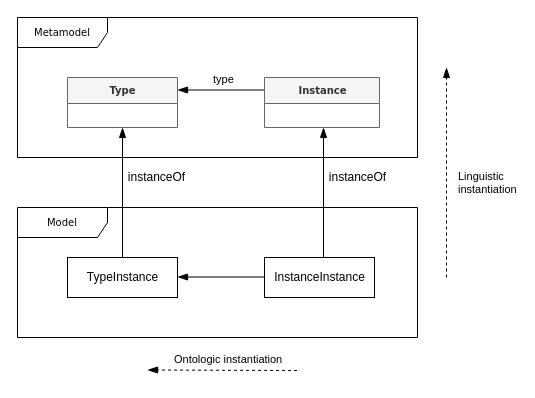
Before: Figures/Instantiation.drawio in labsticc-p4s/multi-process-challenge, a draw.io diagram. Source tidied: cells renumbered, new cells numbered last; positions are measured from the earlier drawing's top-left corner, leaving out a move shared by most shapes. Both pictures are drawn from the tidied source at 100%, with x=0, y=0 at pixel (17, 17).
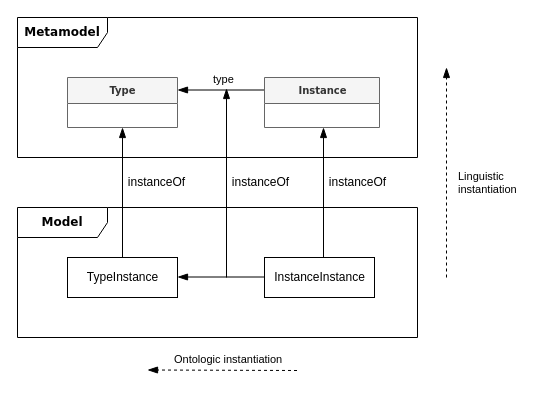
Above is the later version.

Diff of the diagram source:
```diff
@@
-    <mxCell id="2" value="Metamodel" style="shape=umlFrame;whiteSpace=wrap;html=1;rounded=0;shadow=0;comic=0;labelBackgroundColor=none;strokeWidth=1;fontFamily=Verdana;fontSize=10;align=center;width=90;height=30;" parent="1" vertex="1">
+    <mxCell id="2" value="&lt;b style=&quot;font-size: 12px;&quot;&gt;Metamodel&lt;/b&gt;" style="shape=umlFrame;whiteSpace=wrap;html=1;rounded=0;shadow=0;comic=0;labelBackgroundColor=none;strokeWidth=1;fontFamily=Verdana;fontSize=12;align=center;width=90;height=30;" parent="1" vertex="1">
       <mxGeometry width="400" height="140" as="geometry" />
     </mxCell>
@@
-    <mxCell id="7" value="Model" style="shape=umlFrame;whiteSpace=wrap;html=1;rounded=0;shadow=0;comic=0;labelBackgroundColor=none;strokeWidth=1;fontFamily=Verdana;fontSize=10;align=center;width=90;height=30;" parent="1" vertex="1">
+    <mxCell id="7" value="&lt;b style=&quot;font-size: 12px;&quot;&gt;Model&lt;/b&gt;" style="shape=umlFrame;whiteSpace=wrap;html=1;rounded=0;shadow=0;comic=0;labelBackgroundColor=none;strokeWidth=1;fontFamily=Verdana;fontSize=12;align=center;width=90;height=30;" parent="1" vertex="1">
       <mxGeometry y="190" width="400" height="130" as="geometry" />
     </mxCell>
@@
     <mxCell id="11" value="instanceOf" style="text;html=1;align=center;verticalAlign=middle;strokeColor=none;" parent="1" vertex="1">
-      <mxGeometry x="104" y="150" width="70" height="20" as="geometry" />
+      <mxGeometry x="104" y="155" width="70" height="20" as="geometry" />
     </mxCell>
@@
     <mxCell id="13" value="instanceOf" style="text;html=1;align=center;verticalAlign=middle;strokeColor=none;" parent="1" vertex="1">
-      <mxGeometry x="305" y="150" width="70" height="20" as="geometry" />
+      <mxGeometry x="305" y="155" width="70" height="20" as="geometry" />
     </mxCell>
@@
+    <mxCell id="19" style="edgeStyle=none;rounded=0;orthogonalLoop=1;jettySize=auto;html=1;endArrow=blockThin;endFill=1;endSize=8;" parent="1" edge="1">
+      <mxGeometry relative="1" as="geometry">
+        <mxPoint x="209" y="260" as="sourcePoint" />
+        <mxPoint x="209" y="71" as="targetPoint" />
+      </mxGeometry>
+    </mxCell>
+    <mxCell id="20" value="instanceOf" style="text;html=1;align=center;verticalAlign=middle;strokeColor=none;" parent="1" vertex="1">
+      <mxGeometry x="208" y="155" width="70" height="20" as="geometry" />
+    </mxCell>
```
